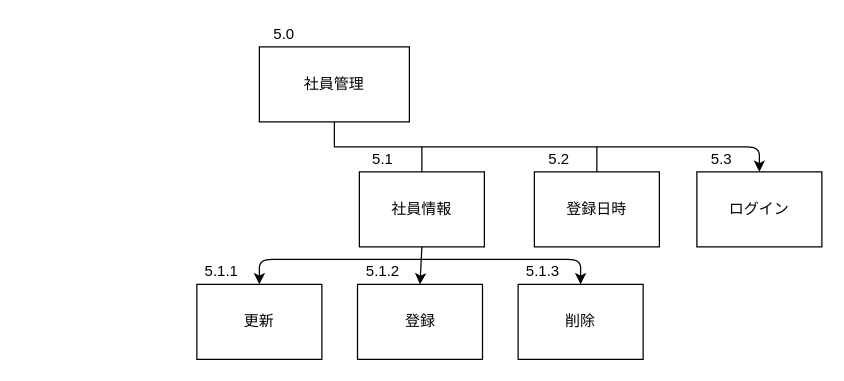
This is サブシステム構造図/社員管理.drawio from Yamanin3/system-devel, a draw.io file, before an edit. Source tidied: cells renumbered, new cells numbered last; positions are measured from the earlier drawing's top-left corner, leaving out a move shared by most shapes. Both pictures are drawn from the tidied source at 125%, with x=0, y=0 at pixel (196, 21).
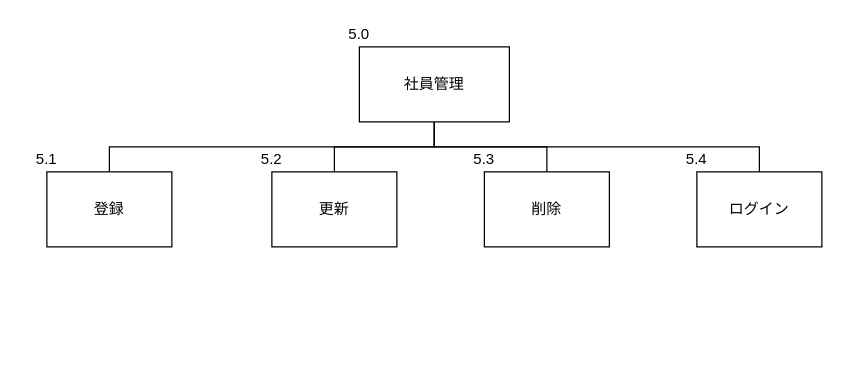
After the change.

Commit message:
社員管理サブ構造図を修正

The change refers to these unchanged cells:
```xml
<mxCell id="13" value="ログイン" style="whiteSpace=wrap;html=1;align=center;verticalAlign=middle;" parent="1" vertex="1">
  <mxGeometry x="400" y="120" width="100" height="60" as="geometry" />
</mxCell>
```

What changed in the source:
```diff
@@
     <mxCell id="2" value="社員管理" style="whiteSpace=wrap;html=1;align=center;" parent="1" vertex="1">
-      <mxGeometry x="50" y="20" width="120" height="60" as="geometry" />
+      <mxGeometry x="130" y="20" width="120" height="60" as="geometry" />
     </mxCell>
-    <mxCell id="3" value="社員情報" style="whiteSpace=wrap;html=1;align=center;verticalAlign=middle;" parent="1" vertex="1">
-      <mxGeometry x="130" y="120" width="100" height="60" as="geometry" />
-    </mxCell>
-    <mxCell id="4" style="edgeStyle=elbowEdgeStyle;elbow=vertical;startArrow=none;endArrow=none;rounded=0;" parent="1" edge="1" target="3">
-      <mxGeometry relative="1" as="geometry">
-        <mxPoint x="110" y="80" as="sourcePoint" />
-      </mxGeometry>
+    <mxCell id="4" style="edgeStyle=elbowEdgeStyle;elbow=vertical;startArrow=none;endArrow=none;rounded=0;exitX=0.5;exitY=1;exitDx=0;exitDy=0;" parent="1" edge="1" source="2" target="8">
+      <mxGeometry relative="1" as="geometry" />
     </mxCell>
-    <mxCell id="5" value="登録日時" style="whiteSpace=wrap;html=1;align=center;verticalAlign=middle;" parent="1" vertex="1">
-      <mxGeometry x="270" y="120" width="100" height="60" as="geometry" />
-    </mxCell>
-    <mxCell id="6" style="edgeStyle=elbowEdgeStyle;elbow=vertical;startArrow=none;endArrow=none;rounded=0;" parent="1" edge="1" target="5">
+    <mxCell id="6" style="edgeStyle=elbowEdgeStyle;elbow=vertical;startArrow=none;endArrow=none;rounded=0;exitX=0.5;exitY=1;exitDx=0;exitDy=0;entryX=0.5;entryY=0;entryDx=0;entryDy=0;" parent="1" edge="1" source="2" target="7">
       <mxGeometry relative="1" as="geometry">
-        <mxPoint x="180" y="100" as="sourcePoint" />
         <Array as="points">
           <mxPoint x="250" y="100" />
         </Array>
       </mxGeometry>
     </mxCell>
     <mxCell id="7" value="削除" style="whiteSpace=wrap;html=1;align=center;verticalAlign=middle;" parent="1" vertex="1">
-      <mxGeometry x="257" y="210" width="100" height="60" as="geometry" />
+      <mxGeometry x="230" y="120" width="100" height="60" as="geometry" />
     </mxCell>
     <mxCell id="8" value="更新" style="whiteSpace=wrap;html=1;align=center;verticalAlign=middle;" parent="1" vertex="1">
-      <mxGeometry y="210" width="100" height="60" as="geometry" />
+      <mxGeometry x="60" y="120" width="100" height="60" as="geometry" />
     </mxCell>
     <mxCell id="9" value="登録" style="whiteSpace=wrap;html=1;align=center;verticalAlign=middle;" parent="1" vertex="1">
-      <mxGeometry x="128.5" y="210" width="100" height="60" as="geometry" />
+      <mxGeometry x="-120" y="120" width="100" height="60" as="geometry" />
     </mxCell>
-    <mxCell id="10" style="endArrow=classic;html=1;exitX=0.5;exitY=1;exitDx=0;exitDy=0;entryX=0.5;entryY=0;entryDx=0;entryDy=0;" parent="1" edge="1" source="3" target="9">
-      <mxGeometry relative="1" as="geometry" />
-    </mxCell>
-    <mxCell id="11" style="endArrow=classic;html=1;entryX=0.5;entryY=0;entryDx=0;entryDy=0;" parent="1" edge="1" target="8">
-      <mxGeometry relative="1" as="geometry">
-        <mxPoint x="180" y="190" as="sourcePoint" />
-        <Array as="points">
-          <mxPoint x="50" y="190" />
-        </Array>
-      </mxGeometry>
-    </mxCell>
-    <mxCell id="12" style="endArrow=classic;html=1;entryX=0.5;entryY=0;entryDx=0;entryDy=0;" parent="1" edge="1" target="7">
-      <mxGeometry relative="1" as="geometry">
-        <mxPoint x="180" y="190" as="sourcePoint" />
-        <Array as="points">
-          <mxPoint x="307" y="190" />
-        </Array>
-      </mxGeometry>
-    </mxCell>
+    <mxCell id="16" value="5.1" style="text;html=1;strokeColor=none;fillColor=none;align=center;verticalAlign=middle;whiteSpace=wrap;rounded=0;" parent="9" vertex="1">
+      <mxGeometry x="-20" y="-20" width="40" height="20" as="geometry" />
+    </mxCell>
@@
+    <mxCell id="22" style="edgeStyle=elbowEdgeStyle;elbow=vertical;startArrow=none;endArrow=none;rounded=0;exitX=0.5;exitY=1;exitDx=0;exitDy=0;" parent="13" edge="1" source="2">
+      <mxGeometry relative="1" as="geometry">
+        <mxPoint x="50" as="targetPoint" />
+        <Array as="points">
+          <mxPoint x="-20" y="-20" />
+        </Array>
+      </mxGeometry>
+    </mxCell>
+    <mxCell id="15" value="5.0" style="text;html=1;strokeColor=none;fillColor=none;align=center;verticalAlign=middle;whiteSpace=wrap;rounded=0;" parent="1" vertex="1">
+      <mxGeometry x="110" width="40" height="20" as="geometry" />
+    </mxCell>
+    <mxCell id="23" style="edgeStyle=elbowEdgeStyle;elbow=vertical;startArrow=none;endArrow=none;rounded=0;exitX=0.5;exitY=1;exitDx=0;exitDy=0;entryX=0.5;entryY=0;entryDx=0;entryDy=0;" parent="1" edge="1" source="2" target="9">
+      <mxGeometry relative="1" as="geometry" />
+    </mxCell>
+    <mxCell id="17" value="5.2" style="text;html=1;strokeColor=none;fillColor=none;align=center;verticalAlign=middle;whiteSpace=wrap;rounded=0;" parent="1" vertex="1">
+      <mxGeometry x="40" y="100" width="40" height="20" as="geometry" />
+    </mxCell>
-    <mxCell id="14" value="5.3" style="text;html=1;strokeColor=none;fillColor=none;align=center;verticalAlign=middle;whiteSpace=wrap;rounded=0;" parent="13" vertex="1">
-      <mxGeometry y="-20" width="40" height="20" as="geometry" />
+    <mxCell id="14" value="5.3" style="text;html=1;strokeColor=none;fillColor=none;align=center;verticalAlign=middle;whiteSpace=wrap;rounded=0;" parent="1" vertex="1">
+      <mxGeometry x="210" y="100" width="40" height="20" as="geometry" />
     </mxCell>
-    <mxCell id="15" value="5.0" style="text;html=1;strokeColor=none;fillColor=none;align=center;verticalAlign=middle;whiteSpace=wrap;rounded=0;" parent="1" vertex="1">
-      <mxGeometry x="50" width="40" height="20" as="geometry" />
-    </mxCell>
-    <mxCell id="16" value="5.1" style="text;html=1;strokeColor=none;fillColor=none;align=center;verticalAlign=middle;whiteSpace=wrap;rounded=0;" parent="1" vertex="1">
-      <mxGeometry x="128.5" y="100" width="40" height="20" as="geometry" />
-    </mxCell>
-    <mxCell id="17" value="5.2" style="text;html=1;strokeColor=none;fillColor=none;align=center;verticalAlign=middle;whiteSpace=wrap;rounded=0;" parent="1" vertex="1">
-      <mxGeometry x="270" y="100" width="40" height="20" as="geometry" />
-    </mxCell>
-    <mxCell id="18" value="5.1.1" style="text;html=1;strokeColor=none;fillColor=none;align=center;verticalAlign=middle;whiteSpace=wrap;rounded=0;" parent="1" vertex="1">
-      <mxGeometry y="190" width="40" height="20" as="geometry" />
-    </mxCell>
-    <mxCell id="19" value="5.1.2" style="text;html=1;strokeColor=none;fillColor=none;align=center;verticalAlign=middle;whiteSpace=wrap;rounded=0;" parent="1" vertex="1">
-      <mxGeometry x="128.5" y="190" width="40" height="20" as="geometry" />
-    </mxCell>
-    <mxCell id="20" value="5.1.3" style="text;html=1;strokeColor=none;fillColor=none;align=center;verticalAlign=middle;whiteSpace=wrap;rounded=0;" parent="1" vertex="1">
-      <mxGeometry x="257" y="190" width="40" height="20" as="geometry" />
-    </mxCell>
-    <mxCell id="21" style="endArrow=classic;html=1;entryX=0.5;entryY=0;entryDx=0;entryDy=0;" parent="1" edge="1" target="13">
-      <mxGeometry relative="1" as="geometry">
-        <mxPoint x="320" y="100" as="sourcePoint" />
-        <Array as="points">
-          <mxPoint x="450" y="100" />
-        </Array>
-      </mxGeometry>
-    </mxCell>
+    <mxCell id="24" value="5.4" style="text;html=1;strokeColor=none;fillColor=none;align=center;verticalAlign=middle;whiteSpace=wrap;rounded=0;" parent="1" vertex="1">
+      <mxGeometry x="380" y="100" width="40" height="20" as="geometry" />
+    </mxCell>
```
